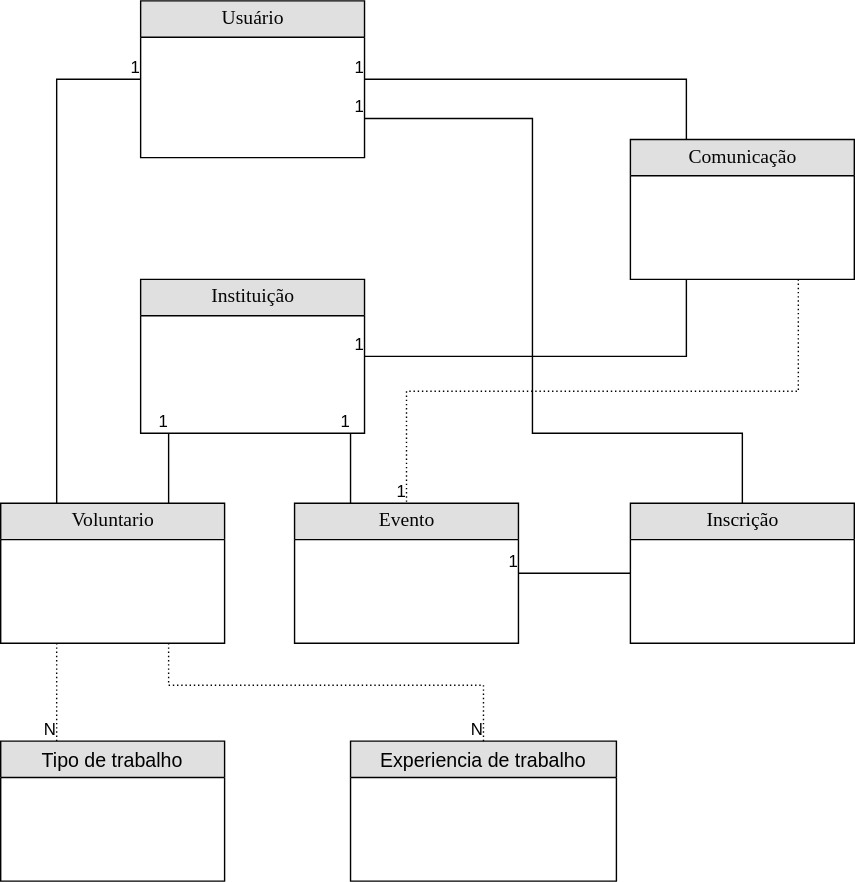
Above: Diagramas/MER_base.drawio.svg in frbatist/VemDoBem.Api (draw.io), before the change. Source tidied: cells renumbered, new cells last; positions are measured from the earlier drawing's top-left corner, leaving out a move shared by most shapes.
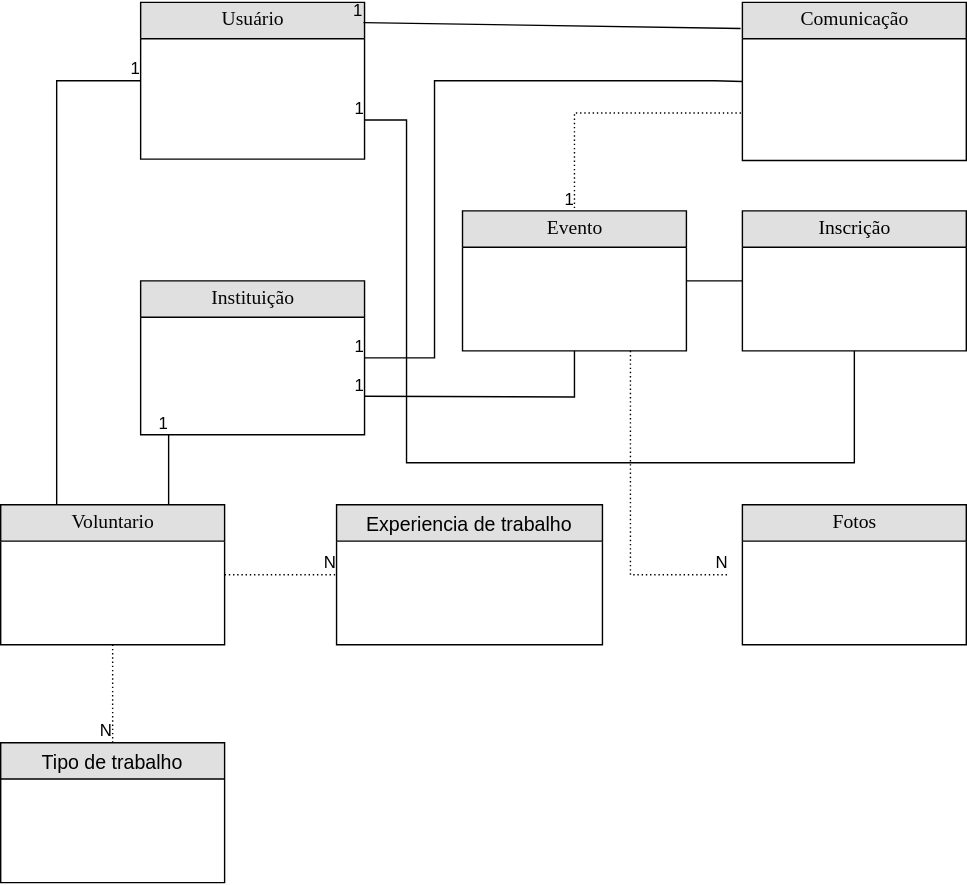
Later version of the same file.

Commit message:
atualização MER

What changed in the source:
```diff
@@ -14,9 +14,6 @@
     <mxCell id="5" value="Voluntario" style="swimlane;html=1;fontStyle=0;horizontal=1;startSize=26;fillColor=#e0e0e0;swimlaneFillColor=#ffffff;align=center;rounded=0;shadow=0;comic=0;labelBackgroundColor=none;strokeWidth=1;fontFamily=Verdana;fontSize=14;fontColor=#050505;" parent="1" vertex="1">
       <mxGeometry y="359" width="160" height="100" as="geometry" />
     </mxCell>
-    <mxCell id="6" value="Evento" style="swimlane;html=1;fontStyle=0;horizontal=1;startSize=26;fillColor=#e0e0e0;swimlaneFillColor=#ffffff;align=center;rounded=0;shadow=0;comic=0;labelBackgroundColor=none;strokeWidth=1;fontFamily=Verdana;fontSize=14;fontColor=#050505;" parent="1" vertex="1">
-      <mxGeometry x="210" y="359" width="160" height="100" as="geometry" />
-    </mxCell>
     <mxCell id="7" style="endArrow=none;html=1;rounded=0;exitX=0.25;exitY=0;exitDx=0;exitDy=0;entryX=0;entryY=0.5;entryDx=0;entryDy=0;" parent="1" edge="1" source="5" target="2">
       <mxGeometry relative="1" as="geometry">
         <Array as="points">
@@ -35,87 +32,74 @@
     <mxCell id="10" value="1" style="html=1;align=right;verticalAlign=bottom;" parent="9" vertex="1">
       <mxGeometry x="1" relative="1" as="geometry" />
     </mxCell>
-    <mxCell id="11" style="endArrow=none;html=1;rounded=0;exitX=0.25;exitY=0;exitDx=0;exitDy=0;" parent="1" edge="1" source="6">
+    <mxCell id="11" style="endArrow=none;html=1;rounded=0;exitX=0.5;exitY=1;exitDx=0;exitDy=0;entryX=1;entryY=0.75;entryDx=0;entryDy=0;" parent="1" edge="1" source="6" target="3">
       <mxGeometry relative="1" as="geometry">
-        <mxPoint x="250" y="309" as="targetPoint" />
+        <Array as="points">
+          <mxPoint x="410" y="282" />
+        </Array>
       </mxGeometry>
     </mxCell>
     <mxCell id="12" value="1" style="html=1;align=right;verticalAlign=bottom;" parent="11" vertex="1">
       <mxGeometry x="1" relative="1" as="geometry" />
     </mxCell>
-    <mxCell id="13" value="Inscrição" style="swimlane;html=1;fontStyle=0;horizontal=1;startSize=26;fillColor=#e0e0e0;swimlaneFillColor=#ffffff;align=center;rounded=0;shadow=0;comic=0;labelBackgroundColor=none;strokeWidth=1;fontFamily=Verdana;fontSize=14;fontColor=#000000;" parent="1" vertex="1">
-      <mxGeometry x="450" y="359" width="160" height="100" as="geometry" />
-    </mxCell>
     <mxCell id="14" style="endArrow=none;html=1;rounded=0;exitX=0;exitY=0.5;exitDx=0;exitDy=0;entryX=1;entryY=0.5;entryDx=0;entryDy=0;" parent="1" edge="1" source="13" target="6">
       <mxGeometry relative="1" as="geometry" />
     </mxCell>
     <mxCell id="15" value="1" style="html=1;align=right;verticalAlign=bottom;" parent="14" vertex="1">
       <mxGeometry x="1" relative="1" as="geometry" />
     </mxCell>
-    <mxCell id="16" value="&lt;div&gt;Comunicação&lt;/div&gt;" style="swimlane;html=1;fontStyle=0;horizontal=1;startSize=26;fillColor=#e0e0e0;swimlaneFillColor=#ffffff;align=center;rounded=0;shadow=0;comic=0;labelBackgroundColor=none;strokeWidth=1;fontFamily=Verdana;fontSize=14;fontColor=#050505;" parent="1" vertex="1">
-      <mxGeometry x="450" y="99" width="160" height="100" as="geometry" />
-    </mxCell>
-    <mxCell id="17" style="endArrow=none;html=1;rounded=0;exitX=0.25;exitY=0;exitDx=0;exitDy=0;entryX=1;entryY=0.5;entryDx=0;entryDy=0;" parent="1" edge="1" source="16" target="2">
-      <mxGeometry relative="1" as="geometry">
-        <Array as="points">
-          <mxPoint x="490" y="56" />
-        </Array>
-      </mxGeometry>
+    <mxCell id="17" style="endArrow=none;html=1;rounded=0;exitX=-0.008;exitY=0.165;exitDx=0;exitDy=0;entryX=0.995;entryY=0.129;entryDx=0;entryDy=0;entryPerimeter=0;exitPerimeter=0;" parent="1" edge="1" source="16" target="2">
+      <mxGeometry relative="1" as="geometry" />
     </mxCell>
     <mxCell id="18" value="1" style="html=1;align=right;verticalAlign=bottom;" parent="17" vertex="1">
       <mxGeometry x="1" relative="1" as="geometry" />
     </mxCell>
-    <mxCell id="19" style="endArrow=none;html=1;rounded=0;exitX=0.5;exitY=0;exitDx=0;exitDy=0;entryX=1;entryY=0.75;entryDx=0;entryDy=0;" parent="1" edge="1" source="13" target="2">
+    <mxCell id="19" style="endArrow=none;html=1;rounded=0;exitX=0.5;exitY=1;exitDx=0;exitDy=0;entryX=1;entryY=0.75;entryDx=0;entryDy=0;" parent="1" edge="1" source="13" target="2">
       <mxGeometry relative="1" as="geometry">
         <Array as="points">
-          <mxPoint x="530" y="309" />
-          <mxPoint x="380" y="309" />
-          <mxPoint x="380" y="84" />
+          <mxPoint x="610" y="329" />
+          <mxPoint x="290" y="329" />
+          <mxPoint x="290" y="84" />
         </Array>
       </mxGeometry>
     </mxCell>
     <mxCell id="20" value="1" style="html=1;align=right;verticalAlign=bottom;" parent="19" vertex="1">
       <mxGeometry x="1" relative="1" as="geometry" />
     </mxCell>
-    <mxCell id="21" style="endArrow=none;html=1;rounded=0;exitX=0.25;exitY=1;exitDx=0;exitDy=0;entryX=1;entryY=0.5;entryDx=0;entryDy=0;" parent="1" edge="1" source="16" target="3">
+    <mxCell id="21" style="endArrow=none;html=1;rounded=0;exitX=0;exitY=0.5;exitDx=0;exitDy=0;entryX=1;entryY=0.5;entryDx=0;entryDy=0;" parent="1" edge="1" source="16" target="3">
       <mxGeometry relative="1" as="geometry">
         <Array as="points">
-          <mxPoint x="490" y="254" />
+          <mxPoint x="510" y="56" />
+          <mxPoint x="310" y="56" />
+          <mxPoint x="310" y="254" />
         </Array>
       </mxGeometry>
     </mxCell>
     <mxCell id="22" value="1" style="html=1;align=right;verticalAlign=bottom;" parent="21" vertex="1">
       <mxGeometry x="1" relative="1" as="geometry" />
     </mxCell>
-    <mxCell id="23" style="endArrow=none;html=1;rounded=0;dashed=1;dashPattern=1 2;exitX=0.75;exitY=1;exitDx=0;exitDy=0;entryX=0.5;entryY=0;entryDx=0;entryDy=0;" parent="1" edge="1" source="16" target="6">
+    <mxCell id="23" style="endArrow=none;html=1;rounded=0;dashed=1;dashPattern=1 2;entryX=0.5;entryY=0;entryDx=0;entryDy=0;" parent="1" edge="1" target="6">
       <mxGeometry relative="1" as="geometry">
+        <mxPoint x="550" y="79" as="sourcePoint" />
         <Array as="points">
-          <mxPoint x="570" y="279" />
-          <mxPoint x="290" y="279" />
+          <mxPoint x="410" y="79" />
         </Array>
       </mxGeometry>
     </mxCell>
     <mxCell id="24" value="1" style="html=1;align=right;verticalAlign=bottom;" parent="23" vertex="1">
       <mxGeometry x="1" relative="1" as="geometry" />
     </mxCell>
-    <mxCell id="25" style="endArrow=none;html=1;rounded=0;dashed=1;dashPattern=1 2;fontColor=#050505;exitX=0.25;exitY=1;exitDx=0;exitDy=0;entryX=0.25;entryY=0;entryDx=0;entryDy=0;" parent="1" edge="1" source="5" target="30">
-      <mxGeometry relative="1" as="geometry">
-        <Array as="points">
-          <mxPoint x="40" y="489" />
-        </Array>
-      </mxGeometry>
+    <mxCell id="25" style="endArrow=none;html=1;rounded=0;dashed=1;dashPattern=1 2;fontColor=#050505;exitX=0.5;exitY=1;exitDx=0;exitDy=0;entryX=0.5;entryY=0;entryDx=0;entryDy=0;" parent="1" edge="1" source="5" target="30">
+      <mxGeometry relative="1" as="geometry" />
     </mxCell>
     <mxCell id="26" value="N" style="html=1;align=right;verticalAlign=bottom;" parent="25" vertex="1">
       <mxGeometry x="1" relative="1" as="geometry" />
     </mxCell>
-    <mxCell id="27" value="Experiencia de trabalho" style="swimlane;fontStyle=0;horizontal=1;startSize=26;align=center;fontSize=14;fillColor=#E0E0E0;fontColor=#000000;swimlaneFillColor=#ffffff;" parent="1" vertex="1">
-      <mxGeometry x="250" y="529" width="190" height="100" as="geometry" />
-    </mxCell>
-    <mxCell id="28" style="endArrow=none;html=1;rounded=0;dashed=1;dashPattern=1 2;fontColor=#050505;exitX=0.75;exitY=1;exitDx=0;exitDy=0;entryX=0.5;entryY=0;entryDx=0;entryDy=0;" parent="1" edge="1" source="5" target="27">
+    <mxCell id="28" style="endArrow=none;html=1;rounded=0;dashed=1;dashPattern=1 2;fontColor=#050505;exitX=1;exitY=0.5;exitDx=0;exitDy=0;entryX=0;entryY=0.5;entryDx=0;entryDy=0;" parent="1" edge="1" source="5" target="27">
       <mxGeometry relative="1" as="geometry">
         <Array as="points">
-          <mxPoint x="120" y="489" />
-          <mxPoint x="345" y="489" />
+          <mxPoint x="240" y="409" />
+          <mxPoint x="340" y="409" />
         </Array>
       </mxGeometry>
     </mxCell>
@@ -125,5 +109,31 @@
     <mxCell id="30" value="Tipo de trabalho" style="swimlane;fontStyle=0;horizontal=1;startSize=26;align=center;fontSize=14;fillColor=#E0E0E0;fontColor=#000000;swimlaneFillColor=#ffffff;" parent="1" vertex="1">
       <mxGeometry y="529" width="160" height="100" as="geometry" />
     </mxCell>
+    <mxCell id="27" value="Experiencia de trabalho" style="swimlane;fontStyle=0;horizontal=1;startSize=26;align=center;fontSize=14;fillColor=#E0E0E0;fontColor=#000000;swimlaneFillColor=#ffffff;" parent="1" vertex="1">
+      <mxGeometry x="240" y="359" width="190" height="100" as="geometry" />
+    </mxCell>
+    <mxCell id="6" value="Evento" style="swimlane;html=1;fontStyle=0;horizontal=1;startSize=26;fillColor=#e0e0e0;swimlaneFillColor=#ffffff;align=center;rounded=0;shadow=0;comic=0;labelBackgroundColor=none;strokeWidth=1;fontFamily=Verdana;fontSize=14;fontColor=#050505;" parent="1" vertex="1">
+      <mxGeometry x="330" y="149" width="160" height="100" as="geometry" />
+    </mxCell>
+    <mxCell id="16" value="&lt;div&gt;Comunicação&lt;/div&gt;" style="swimlane;html=1;fontStyle=0;horizontal=1;startSize=26;fillColor=#e0e0e0;swimlaneFillColor=#ffffff;align=center;rounded=0;shadow=0;comic=0;labelBackgroundColor=none;strokeWidth=1;fontFamily=Verdana;fontSize=14;fontColor=#050505;" parent="1" vertex="1">
+      <mxGeometry x="530" width="160" height="113" as="geometry" />
+    </mxCell>
+    <mxCell id="13" value="Inscrição" style="swimlane;html=1;fontStyle=0;horizontal=1;startSize=26;fillColor=#e0e0e0;swimlaneFillColor=#ffffff;align=center;rounded=0;shadow=0;comic=0;labelBackgroundColor=none;strokeWidth=1;fontFamily=Verdana;fontSize=14;fontColor=#000000;" parent="1" vertex="1">
+      <mxGeometry x="530" y="149" width="160" height="100" as="geometry" />
+    </mxCell>
+    <mxCell id="31" value="Fotos" style="swimlane;html=1;fontStyle=0;horizontal=1;startSize=26;fillColor=#e0e0e0;swimlaneFillColor=#ffffff;align=center;rounded=0;shadow=0;comic=0;labelBackgroundColor=none;strokeWidth=1;fontFamily=Verdana;fontSize=14;fontColor=#000000;" parent="1" vertex="1">
+      <mxGeometry x="530" y="359" width="160" height="100" as="geometry" />
+    </mxCell>
+    <mxCell id="32" style="endArrow=none;html=1;rounded=0;dashed=1;dashPattern=1 2;fontColor=#050505;exitX=0.75;exitY=1;exitDx=0;exitDy=0;" parent="1" edge="1" source="6">
+      <mxGeometry relative="1" as="geometry">
+        <mxPoint x="520" y="409" as="targetPoint" />
+        <Array as="points">
+          <mxPoint x="450" y="409" />
+        </Array>
+      </mxGeometry>
+    </mxCell>
+    <mxCell id="33" value="N" style="html=1;align=right;verticalAlign=bottom;" parent="32" vertex="1">
+      <mxGeometry x="1" relative="1" as="geometry" />
+    </mxCell>
   </root>
 </mxGraphModel>
```
